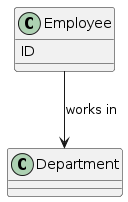
Above: thesis/img/domain-modeling-steps-example.png in Dominik7131/Conceptual-Modeling-LLM-Assistant (PlantUML), before the change. Its diagram source:
```plantuml
@startuml
class Employee {
ID
}

class Department {
}

Employee --> Department : works in
@enduml
```
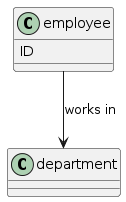
Later version of the same file.

What changed in the source:
```diff
@@ -1,10 +1,10 @@
 @startuml
-class Employee {
+class employee {
 ID
 }
 
-class Department {
+class department {
 }
 
-Employee --> Department : works in
+employee --> department : works in
 @enduml
```
